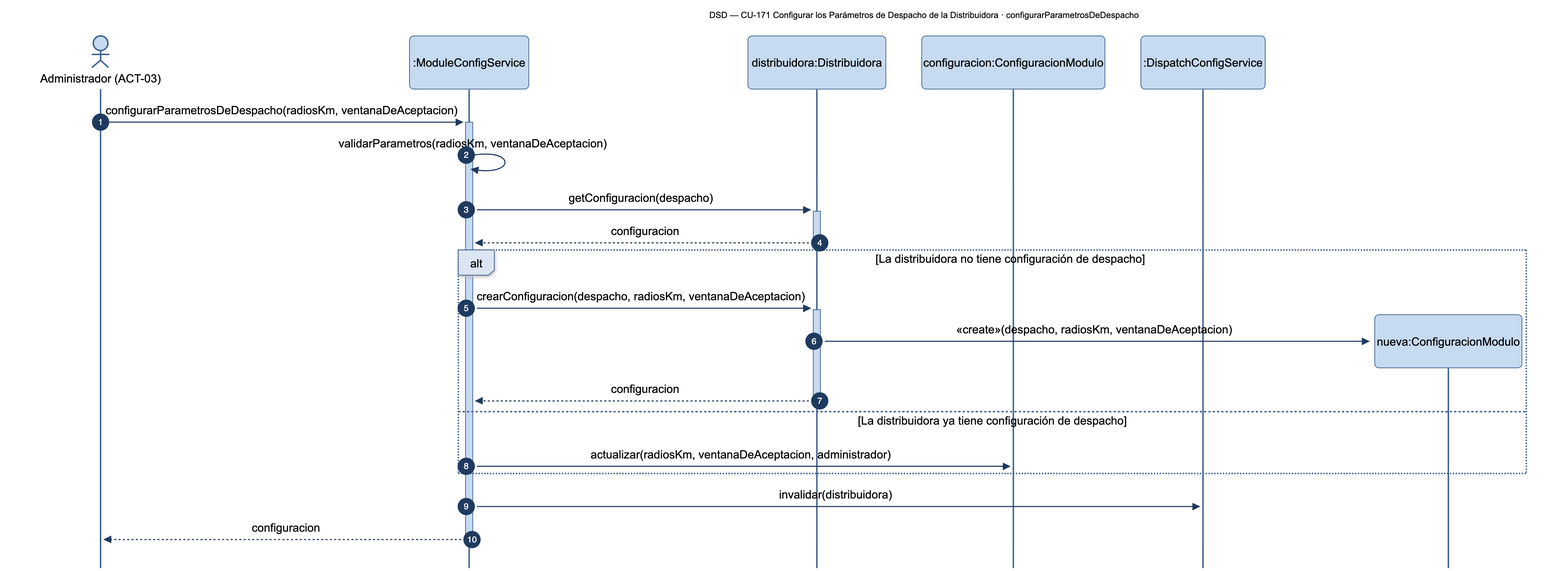
Above: diagramas/png/DSD_CU-171_configurarParametrosDeDespacho.png in Nahuelito-Dev/splg-docs (Mermaid), before the change. Its source is kept beside it as diagramas/DSD_CU-171_configurarParametrosDeDespacho.mmd. Source of this version:
```mermaid
sequenceDiagram
    title DSD — CU-171 Configurar los Parámetros de Despacho de la Distribuidora · configurarParametrosDeDespacho
    autonumber
    actor ADM as Administrador (ACT-03)
    participant SRV as :ModuleConfigService
    participant DIS as distribuidora:Distribuidora
    participant CFG as configuracion:ConfiguracionModulo
    participant DCS as :DispatchConfigService

    ADM->>+SRV: configurarParametrosDeDespacho(radiosKm, ventanaDeAceptacion)
    SRV->>SRV: validarParametros(radiosKm, ventanaDeAceptacion)
    SRV->>+DIS: getConfiguracion(despacho)
    DIS-->>-SRV: configuracion
    alt La distribuidora no tiene configuración de despacho
        SRV->>+DIS: crearConfiguracion(despacho, radiosKm, ventanaDeAceptacion)
        create participant NCF as nueva:ConfiguracionModulo
        DIS->>NCF: «create»(despacho, radiosKm, ventanaDeAceptacion)
        DIS-->>-SRV: configuracion
    else La distribuidora ya tiene configuración de despacho
        SRV->>CFG: actualizar(radiosKm, ventanaDeAceptacion, administrador)
    end
    SRV->>DCS: invalidar(distribuidora)
    SRV-->>-ADM: configuracion
```
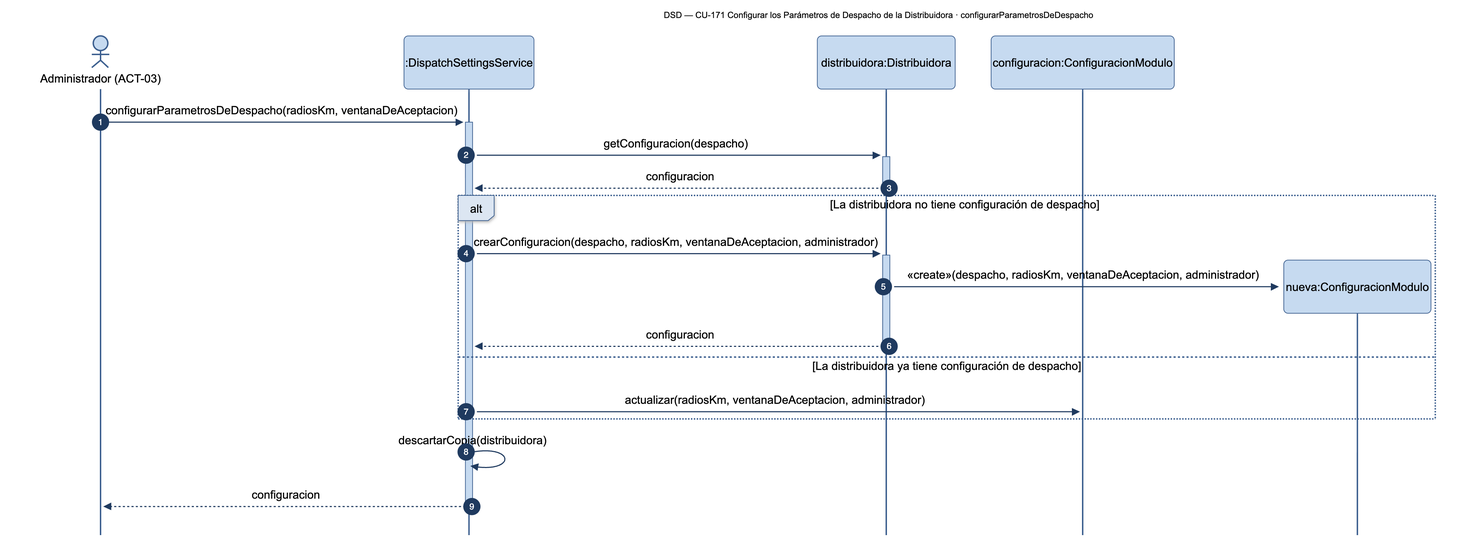
After the change.

Change to the diagram source:
```diff
@@ -2,22 +2,20 @@
     title DSD — CU-171 Configurar los Parámetros de Despacho de la Distribuidora · configurarParametrosDeDespacho
     autonumber
     actor ADM as Administrador (ACT-03)
-    participant SRV as :ModuleConfigService
+    participant SRV as :DispatchSettingsService
     participant DIS as distribuidora:Distribuidora
     participant CFG as configuracion:ConfiguracionModulo
-    participant DCS as :DispatchConfigService
 
     ADM->>+SRV: configurarParametrosDeDespacho(radiosKm, ventanaDeAceptacion)
-    SRV->>SRV: validarParametros(radiosKm, ventanaDeAceptacion)
     SRV->>+DIS: getConfiguracion(despacho)
     DIS-->>-SRV: configuracion
     alt La distribuidora no tiene configuración de despacho
-        SRV->>+DIS: crearConfiguracion(despacho, radiosKm, ventanaDeAceptacion)
+        SRV->>+DIS: crearConfiguracion(despacho, radiosKm, ventanaDeAceptacion, administrador)
         create participant NCF as nueva:ConfiguracionModulo
-        DIS->>NCF: «create»(despacho, radiosKm, ventanaDeAceptacion)
+        DIS->>NCF: «create»(despacho, radiosKm, ventanaDeAceptacion, administrador)
         DIS-->>-SRV: configuracion
     else La distribuidora ya tiene configuración de despacho
         SRV->>CFG: actualizar(radiosKm, ventanaDeAceptacion, administrador)
     end
-    SRV->>DCS: invalidar(distribuidora)
+    SRV->>SRV: descartarCopia(distribuidora)
     SRV-->>-ADM: configuracion
```
